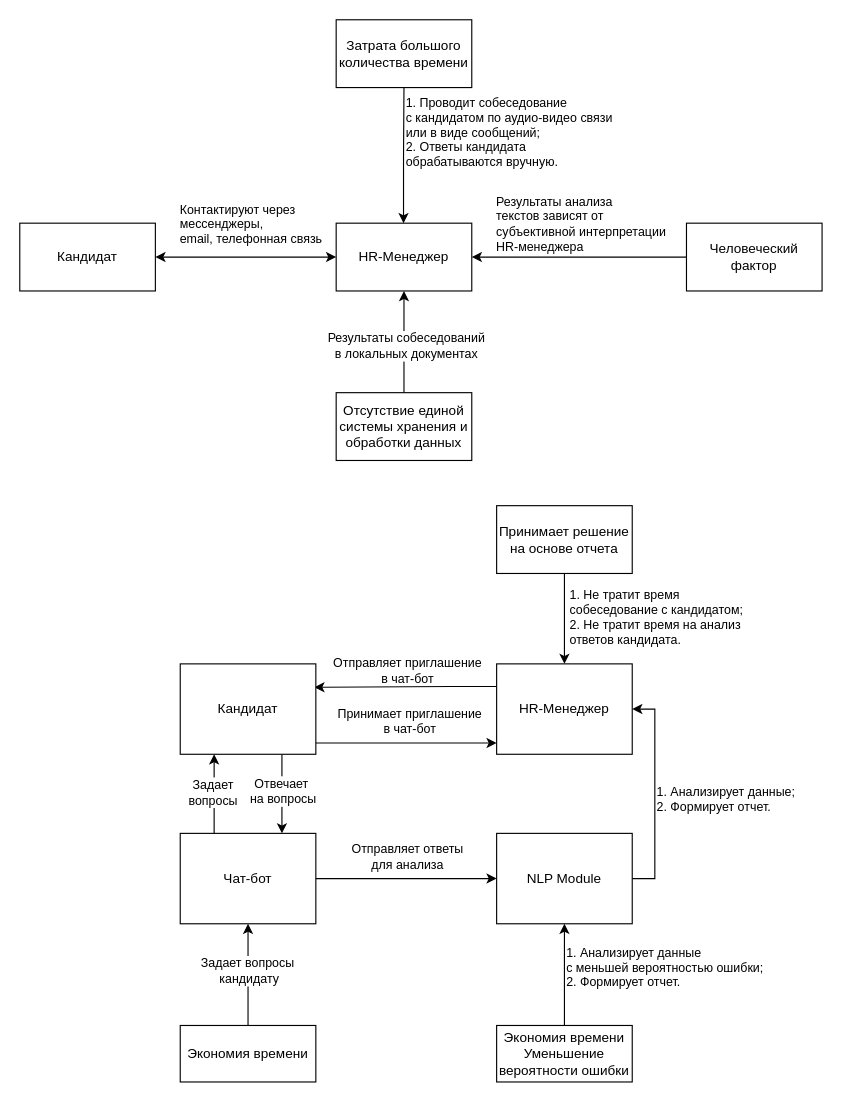
Evgeny-Yakovlev73/Diagramms keeps this draw.io diagram as Диаграмма КАК-ЕСТЬ КАК-ДОЛЖНО-БЫТЬ.drawio. Above is the earlier version. Source tidied: cells renumbered, new cells numbered last; positions are measured from the earlier drawing's top-left corner, leaving out a move shared by most shapes. Both pictures are drawn from the tidied source at 113%, with x=0, y=0 at pixel (19, 19).
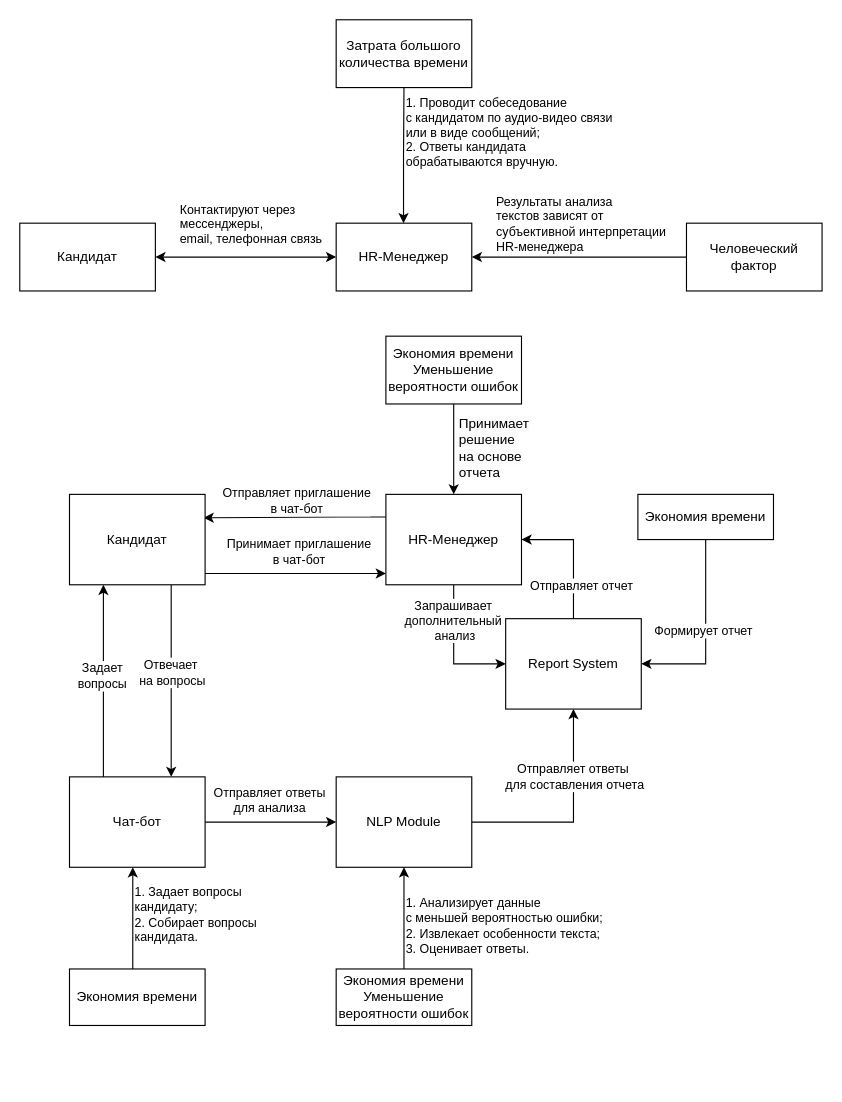
After the change.

Unchanged cells that the change refers to:
```xml
<mxCell id="2" value="HR-Менеджер" style="rounded=0;whiteSpace=wrap;html=1;" parent="1" vertex="1">
  <mxGeometry x="280" y="180" width="120" height="60" as="geometry" />
</mxCell>
<mxCell id="25" style="edgeStyle=orthogonalEdgeStyle;rounded=0;jettySize=auto;html=1;entryX=0;entryY=0.5;entryDx=0;entryDy=0;" parent="1" edge="1" source="27" target="30">
  <mxGeometry relative="1" as="geometry" />
</mxCell>
<mxCell id="31" style="edgeStyle=orthogonalEdgeStyle;rounded=0;jettySize=auto;html=1;entryX=0.5;entryY=0;entryDx=0;entryDy=0;" parent="1" edge="1" source="33" target="17">
  <mxGeometry relative="1" as="geometry" />
</mxCell>
<mxCell id="37" style="edgeStyle=orthogonalEdgeStyle;rounded=0;jettySize=auto;html=1;entryX=0.5;entryY=1;entryDx=0;entryDy=0;" parent="1" edge="1" source="39" target="30">
  <mxGeometry relative="1" as="geometry" />
</mxCell>
```

Diff of the diagram source:
```diff
@@
-    <mxCell id="12" style="edgeStyle=orthogonalEdgeStyle;rounded=0;jettySize=auto;html=1;entryX=0.5;entryY=1;entryDx=0;entryDy=0;" parent="1" edge="1" source="14" target="2">
-      <mxGeometry relative="1" as="geometry" />
-    </mxCell>
-    <mxCell id="13" value="Результаты собеседований&lt;div&gt;в локальных документах&lt;/div&gt;" style="edgeLabel;html=1;align=center;verticalAlign=middle;" parent="12" vertex="1">
-      <mxGeometry x="-0.06" y="-1" relative="1" as="geometry" />
-    </mxCell>
-    <mxCell id="14" value="Отсутствие единой системы хранения и обработки данных" style="rounded=0;whiteSpace=wrap;html=1;" parent="1" vertex="1">
-      <mxGeometry x="280" y="330" width="120" height="60" as="geometry" />
-    </mxCell>
     <mxCell id="15" style="edgeStyle=orthogonalEdgeStyle;rounded=0;orthogonalLoop=1;jettySize=auto;html=1;entryX=0.989;entryY=0.322;entryDx=0;entryDy=0;entryPerimeter=0;" parent="1" edge="1">
       <mxGeometry relative="1" as="geometry">
-        <mxPoint x="422" y="590" as="sourcePoint" />
-        <mxPoint x="260.7" y="590.7" as="targetPoint" />
+        <mxPoint x="324" y="440" as="sourcePoint" />
+        <mxPoint x="162.7" y="440.7" as="targetPoint" />
         <Array as="points">
-          <mxPoint x="382" y="590" />
+          <mxPoint x="284" y="440" />
         </Array>
       </mxGeometry>
     </mxCell>
@@
+    <mxCell id="40" style="edgeStyle=orthogonalEdgeStyle;rounded=0;jettySize=auto;html=1;entryX=0;entryY=0.5;entryDx=0;entryDy=0;" parent="1" edge="1" source="17" target="44">
+      <mxGeometry relative="1" as="geometry" />
+    </mxCell>
+    <mxCell id="41" value="Запрашивает&amp;nbsp;&lt;div&gt;дополнительный&amp;nbsp;&lt;div&gt;анализ&lt;/div&gt;&lt;/div&gt;" style="edgeLabel;html=1;align=center;verticalAlign=middle;" parent="40" vertex="1">
+      <mxGeometry x="-0.34" y="-2" relative="1" as="geometry">
+        <mxPoint x="2" y="-7" as="offset" />
+      </mxGeometry>
+    </mxCell>
     <mxCell id="17" value="HR-Менеджер" style="rounded=0;whiteSpace=wrap;html=1;" parent="1" vertex="1">
-      <mxGeometry x="422" y="570" width="120" height="80" as="geometry" />
+      <mxGeometry x="324" y="420" width="120" height="80" as="geometry" />
     </mxCell>
     <mxCell id="18" style="edgeStyle=orthogonalEdgeStyle;rounded=0;orthogonalLoop=1;jettySize=auto;html=1;exitX=1;exitY=0.75;exitDx=0;exitDy=0;entryX=0;entryY=0.75;entryDx=0;entryDy=0;" parent="1" edge="1">
       <mxGeometry relative="1" as="geometry">
-        <mxPoint x="262" y="640" as="sourcePoint" />
-        <mxPoint x="422" y="640" as="targetPoint" />
+        <mxPoint x="164" y="490" as="sourcePoint" />
+        <mxPoint x="324" y="490" as="targetPoint" />
         <Array as="points">
-          <mxPoint x="352" y="640" />
-          <mxPoint x="352" y="640" />
+          <mxPoint x="254" y="490" />
+          <mxPoint x="254" y="490" />
         </Array>
       </mxGeometry>
     </mxCell>
@@
     <mxCell id="20" style="edgeStyle=orthogonalEdgeStyle;rounded=0;jettySize=auto;html=1;entryX=0.75;entryY=0;entryDx=0;entryDy=0;" parent="1" edge="1" source="22" target="27">
       <mxGeometry relative="1" as="geometry">
         <Array as="points">
-          <mxPoint x="232" y="670" />
-          <mxPoint x="232" y="670" />
+          <mxPoint x="134" y="520" />
+          <mxPoint x="134" y="520" />
         </Array>
       </mxGeometry>
     </mxCell>
@@
     <mxCell id="22" value="Кандидат" style="rounded=0;whiteSpace=wrap;html=1;" parent="1" vertex="1">
-      <mxGeometry x="142" y="570" width="120" height="80" as="geometry" />
+      <mxGeometry x="44" y="420" width="120" height="80" as="geometry" />
     </mxCell>
     <mxCell id="23" style="edgeStyle=orthogonalEdgeStyle;rounded=0;jettySize=auto;html=1;entryX=0.25;entryY=1;entryDx=0;entryDy=0;" parent="1" edge="1" source="27" target="22">
       <mxGeometry relative="1" as="geometry">
         <Array as="points">
-          <mxPoint x="172" y="700" />
-          <mxPoint x="172" y="700" />
+          <mxPoint x="74" y="550" />
+          <mxPoint x="74" y="550" />
         </Array>
       </mxGeometry>
     </mxCell>
@@
     <mxCell id="26" value="Отправляет ответы&lt;div&gt;для анализа&lt;/div&gt;" style="edgeLabel;html=1;align=center;verticalAlign=middle;" parent="25" vertex="1">
       <mxGeometry x="-0.2" y="1" relative="1" as="geometry">
-        <mxPoint x="16" y="-19" as="offset" />
+        <mxPoint x="10" y="-19" as="offset" />
       </mxGeometry>
     </mxCell>
     <mxCell id="27" value="Чат-бот" style="rounded=0;whiteSpace=wrap;html=1;" parent="1" vertex="1">
-      <mxGeometry x="142" y="720" width="120" height="80" as="geometry" />
+      <mxGeometry x="44" y="670" width="120" height="80" as="geometry" />
     </mxCell>
-    <mxCell id="28" style="edgeStyle=orthogonalEdgeStyle;rounded=0;jettySize=auto;html=1;entryX=1;entryY=0.5;entryDx=0;entryDy=0;" parent="1" edge="1" source="30" target="17">
+    <mxCell id="28" style="edgeStyle=orthogonalEdgeStyle;rounded=0;jettySize=auto;html=1;entryX=1;entryY=0.5;entryDx=0;entryDy=0;" parent="1" edge="1" source="44" target="17">
       <mxGeometry relative="1" as="geometry">
         <Array as="points">
-          <mxPoint x="562" y="760" />
-          <mxPoint x="562" y="610" />
+          <mxPoint x="490" y="460" />
         </Array>
       </mxGeometry>
     </mxCell>
-    <mxCell id="29" value="1. Анализирует данные;&lt;div&gt;2. Формирует отчет.&lt;/div&gt;" style="edgeLabel;html=1;align=left;verticalAlign=middle;" parent="28" vertex="1">
+    <mxCell id="29" value="Отправляет отчет" style="edgeLabel;html=1;align=left;verticalAlign=middle;" parent="28" vertex="1">
       <mxGeometry x="0.1" y="-2" relative="1" as="geometry">
-        <mxPoint x="-2" y="14" as="offset" />
+        <mxPoint x="-42" y="34" as="offset" />
       </mxGeometry>
     </mxCell>
+    <mxCell id="42" style="edgeStyle=orthogonalEdgeStyle;rounded=0;jettySize=auto;html=1;" parent="1" edge="1" source="30" target="44">
+      <mxGeometry relative="1" as="geometry" />
+    </mxCell>
+    <mxCell id="43" value="Отправляет ответы&amp;nbsp;&lt;div&gt;для составления отчета&lt;/div&gt;" style="edgeLabel;html=1;align=center;verticalAlign=middle;" parent="42" vertex="1">
+      <mxGeometry x="0.07" y="1" relative="1" as="geometry">
+        <mxPoint x="1" y="-29" as="offset" />
+      </mxGeometry>
+    </mxCell>
     <mxCell id="30" value="NLP Module" style="rounded=0;whiteSpace=wrap;html=1;" parent="1" vertex="1">
-      <mxGeometry x="422" y="720" width="120" height="80" as="geometry" />
+      <mxGeometry x="280" y="670" width="120" height="80" as="geometry" />
     </mxCell>
@@
-    <mxCell id="32" value="1. Не тратит время&lt;div&gt;собеседование с кандидатом;&lt;/div&gt;&lt;div&gt;2. Не тратит время на анализ&lt;/div&gt;&lt;div&gt;ответов кандидата.&lt;/div&gt;" style="edgeLabel;html=1;align=left;verticalAlign=middle;" parent="31" vertex="1">
+    <mxCell id="32" value="&lt;span style=&quot;font-size: 12px; text-align: center; text-wrap-mode: wrap; background-color: rgb(251, 251, 251);&quot;&gt;Принимает решение&amp;nbsp;&lt;/span&gt;&lt;div&gt;&lt;span style=&quot;font-size: 12px; text-align: center; text-wrap-mode: wrap; background-color: rgb(251, 251, 251);&quot;&gt;на основе отчета&lt;/span&gt;&lt;/div&gt;" style="edgeLabel;html=1;align=left;verticalAlign=middle;" parent="31" vertex="1">
       <mxGeometry x="-0.06" y="3" relative="1" as="geometry" />
     </mxCell>
-    <mxCell id="33" value="Принимает решение на основе отчета" style="rounded=0;whiteSpace=wrap;html=1;" parent="1" vertex="1">
-      <mxGeometry x="422" y="430" width="120" height="60" as="geometry" />
+    <mxCell id="33" value="Экономия времени&lt;div&gt;Уменьшение&lt;/div&gt;&lt;div&gt;вероятности ошибок&lt;/div&gt;" style="rounded=0;whiteSpace=wrap;html=1;" parent="1" vertex="1">
+      <mxGeometry x="324" y="280" width="120" height="60" as="geometry" />
     </mxCell>
-    <mxCell id="34" style="edgeStyle=orthogonalEdgeStyle;rounded=0;jettySize=auto;html=1;entryX=0.5;entryY=1;entryDx=0;entryDy=0;" parent="1" edge="1" source="36" target="27">
-      <mxGeometry relative="1" as="geometry" />
+    <mxCell id="34" style="edgeStyle=orthogonalEdgeStyle;rounded=0;jettySize=auto;html=1;" parent="1" edge="1" source="36" target="27">
+      <mxGeometry relative="1" as="geometry">
+        <Array as="points">
+          <mxPoint x="100" y="800" />
+          <mxPoint x="100" y="800" />
+        </Array>
+      </mxGeometry>
     </mxCell>
-    <mxCell id="35" value="Задает вопросы&amp;nbsp;&lt;div&gt;кандидату&lt;/div&gt;" style="edgeLabel;html=1;align=center;verticalAlign=middle;" parent="34" vertex="1">
+    <mxCell id="35" value="1. Задает вопросы&amp;nbsp;&lt;div&gt;кандидату;&lt;/div&gt;&lt;div&gt;2. Собирает вопросы&lt;/div&gt;&lt;div&gt;кандидата.&lt;/div&gt;" style="edgeLabel;html=1;align=left;verticalAlign=middle;" parent="34" vertex="1">
       <mxGeometry x="0.14" y="2" relative="1" as="geometry">
         <mxPoint x="2" y="2" as="offset" />
       </mxGeometry>
     </mxCell>
     <mxCell id="36" value="Экономия времени" style="rounded=0;whiteSpace=wrap;html=1;" parent="1" vertex="1">
-      <mxGeometry x="142" y="890" width="120" height="50" as="geometry" />
+      <mxGeometry x="44" y="840" width="120" height="50" as="geometry" />
     </mxCell>
@@
-    <mxCell id="38" value="1. Анализирует данные&amp;nbsp;&lt;div&gt;с меньшей вероятностью ошибки;&lt;/div&gt;&lt;div&gt;2. Формирует отчет.&lt;/div&gt;" style="edgeLabel;html=1;align=left;verticalAlign=middle;" parent="37" vertex="1">
-      <mxGeometry x="0.16" relative="1" as="geometry" />
+    <mxCell id="38" value="1. Анализирует данные&amp;nbsp;&lt;div&gt;с меньшей вероятностью ошибки;&lt;/div&gt;&lt;div&gt;2. Извлекает особенности текста;&lt;/div&gt;&lt;div&gt;3. Оценивает ответы.&lt;/div&gt;" style="edgeLabel;html=1;align=left;verticalAlign=middle;" parent="37" vertex="1">
+      <mxGeometry x="0.16" relative="1" as="geometry">
+        <mxPoint y="13" as="offset" />
+      </mxGeometry>
     </mxCell>
-    <mxCell id="39" value="Экономия времени&lt;div&gt;Уменьшение вероятности ошибки&lt;/div&gt;" style="rounded=0;whiteSpace=wrap;html=1;" parent="1" vertex="1">
-      <mxGeometry x="422" y="890" width="120" height="50" as="geometry" />
+    <mxCell id="39" value="Экономия времени&lt;div&gt;Уменьшение вероятности ошибок&lt;/div&gt;" style="rounded=0;whiteSpace=wrap;html=1;" parent="1" vertex="1">
+      <mxGeometry x="280" y="840" width="120" height="50" as="geometry" />
     </mxCell>
+    <mxCell id="44" value="Report System" style="rounded=0;whiteSpace=wrap;html=1;" parent="1" vertex="1">
+      <mxGeometry x="430" y="530" width="120" height="80" as="geometry" />
+    </mxCell>
+    <mxCell id="45" style="edgeStyle=orthogonalEdgeStyle;rounded=0;jettySize=auto;html=1;entryX=1;entryY=0.5;entryDx=0;entryDy=0;" parent="1" edge="1" source="47" target="44">
+      <mxGeometry relative="1" as="geometry" />
+    </mxCell>
+    <mxCell id="46" value="Формирует отчет" style="edgeLabel;html=1;align=center;verticalAlign=middle;" parent="45" vertex="1">
+      <mxGeometry x="-0.04" y="-3" relative="1" as="geometry" />
+    </mxCell>
+    <mxCell id="47" value="Экономия времени" style="rounded=0;whiteSpace=wrap;html=1;" parent="1" vertex="1">
+      <mxGeometry x="547" y="420" width="120" height="40" as="geometry" />
+    </mxCell>
```
